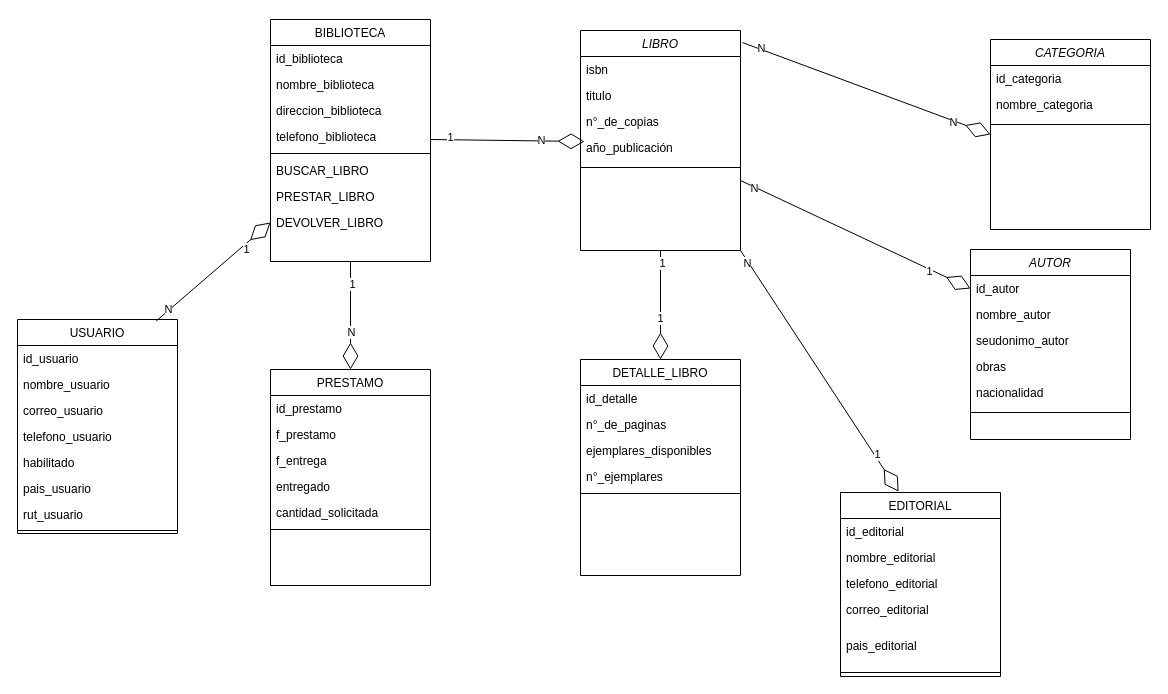
Above: Biblioteca/clases/biblioteca.drawio in Franc-isco/Taller (draw.io), before the change. Source tidied: cells renumbered, new cells numbered last; positions are measured from the earlier drawing's top-left corner, leaving out a move shared by most shapes. Both pictures are drawn from the tidied source at 100%, with x=0, y=0 at pixel (17, 19).
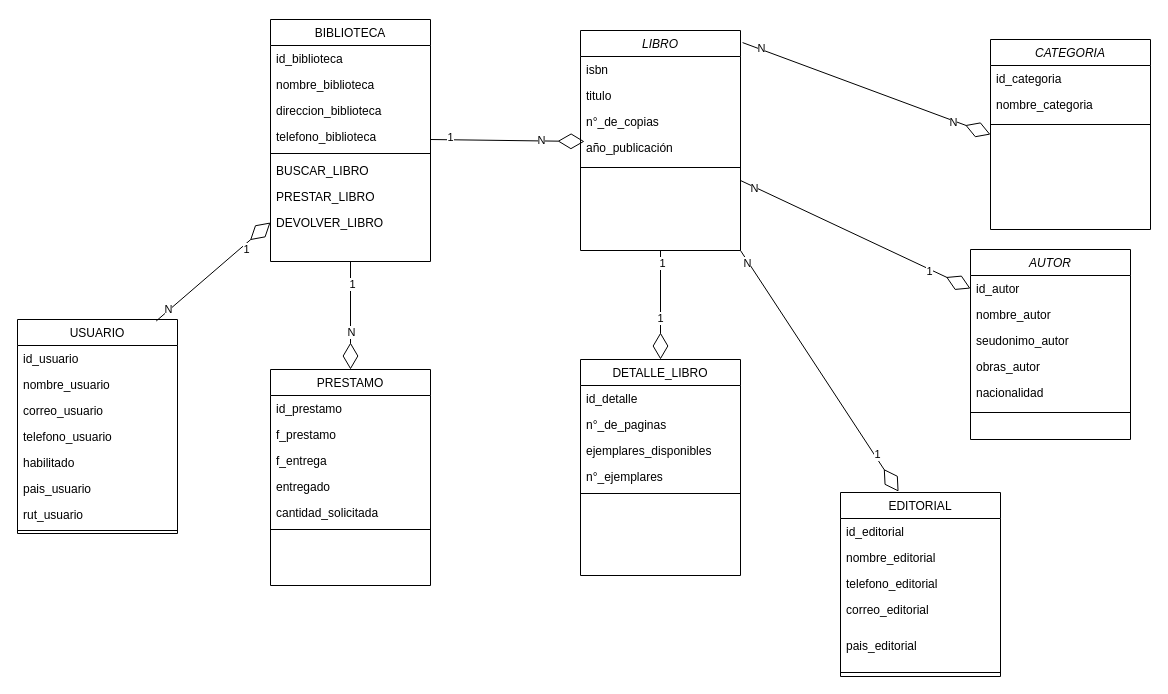
After the change.

The change refers to these unchanged cells:
```xml
<mxCell id="40" value="AUTOR" style="swimlane;fontStyle=2;align=center;verticalAlign=top;horizontal=1;startSize=26;rounded=0;shadow=0;strokeWidth=1;" parent="1" vertex="1">
  <mxGeometry x="953" y="230" width="160" height="190" as="geometry" />
</mxCell>
```

Diff of the diagram source:
```diff
@@
-    <mxCell id="44" value="obras" style="text;align=left;verticalAlign=top;spacingLeft=4;spacingRight=4;overflow=hidden;rounded=0;shadow=0;html=0;" parent="40" vertex="1">
+    <mxCell id="44" value="obras_autor" style="text;align=left;verticalAlign=top;spacingLeft=4;spacingRight=4;overflow=hidden;rounded=0;shadow=0;html=0;" parent="40" vertex="1">
       <mxGeometry y="104" width="160" height="26" as="geometry" />
     </mxCell>
```
